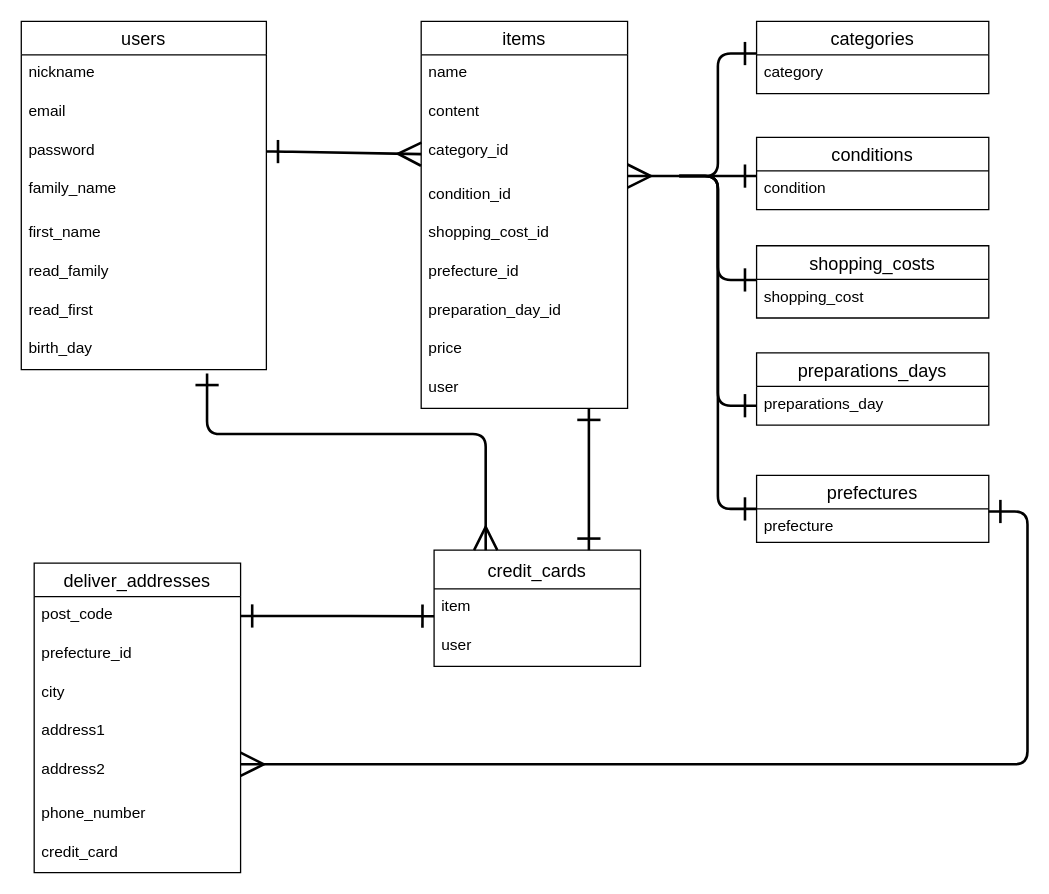
stmaho/furima-38842 keeps this draw.io diagram as db/ER図.dio. Above is the earlier version. Source tidied: cells renumbered, new cells numbered last; positions are measured from the earlier drawing's top-left corner, leaving out a move shared by most shapes. Both pictures are drawn from the tidied source at 129%, with x=0, y=0 at pixel (21, 21).
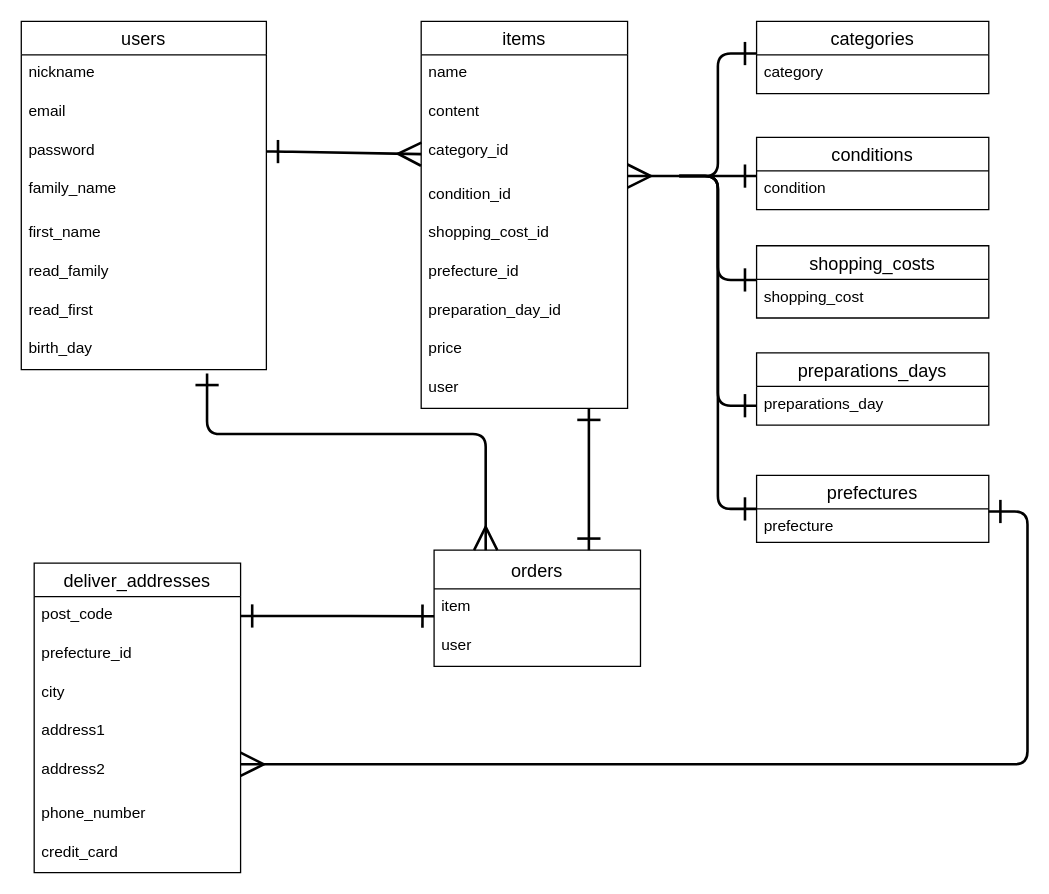
The same page after the edit.

Commit message (it also covers changes not shown here):
テーブル名の変更

Diff of the diagram source:
```diff
@@
-    <mxCell id="30" value="credit_cards" style="swimlane;fontStyle=0;horizontal=1;startSize=30;align=center;fontSize=14;" parent="1" vertex="1">
+    <mxCell id="30" value="orders" style="swimlane;fontStyle=0;horizontal=1;startSize=30;align=center;fontSize=14;" parent="1" vertex="1">
       <mxGeometry x="320" y="410" width="160" height="90" as="geometry" />
     </mxCell>
```
